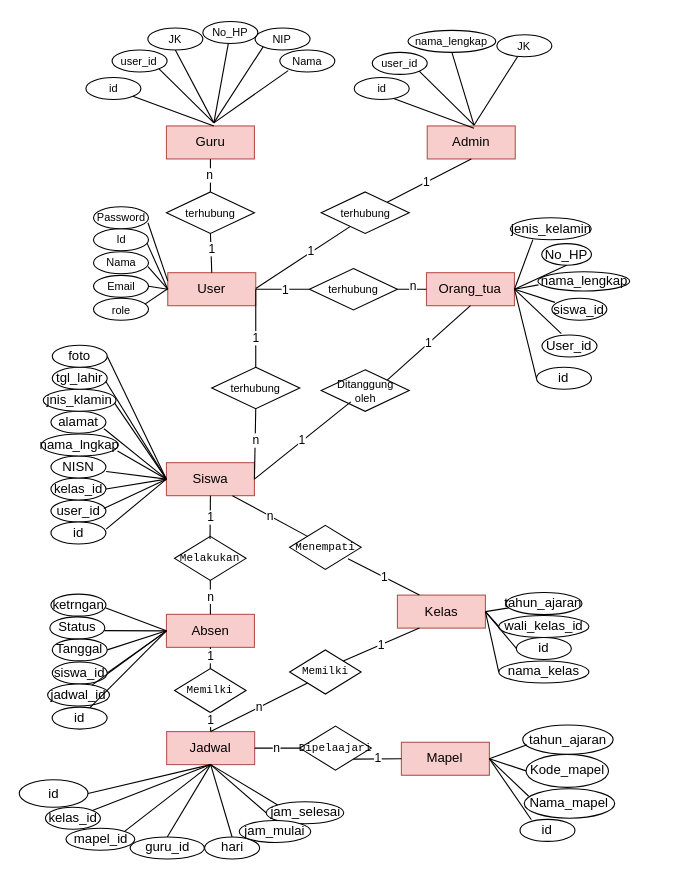
bayudani/diagram keeps this draw.io diagram as page "Halaman-4" (3 of 16) of Diagram Tanpa Judul.drawio. Above is the earlier version. Source tidied: cells renumbered, new cells numbered last; positions are measured from the earlier drawing's top-left corner, leaving out a move shared by most shapes. Both pictures are drawn from the tidied source at 110%, with x=0, y=0 at pixel (19, 21).
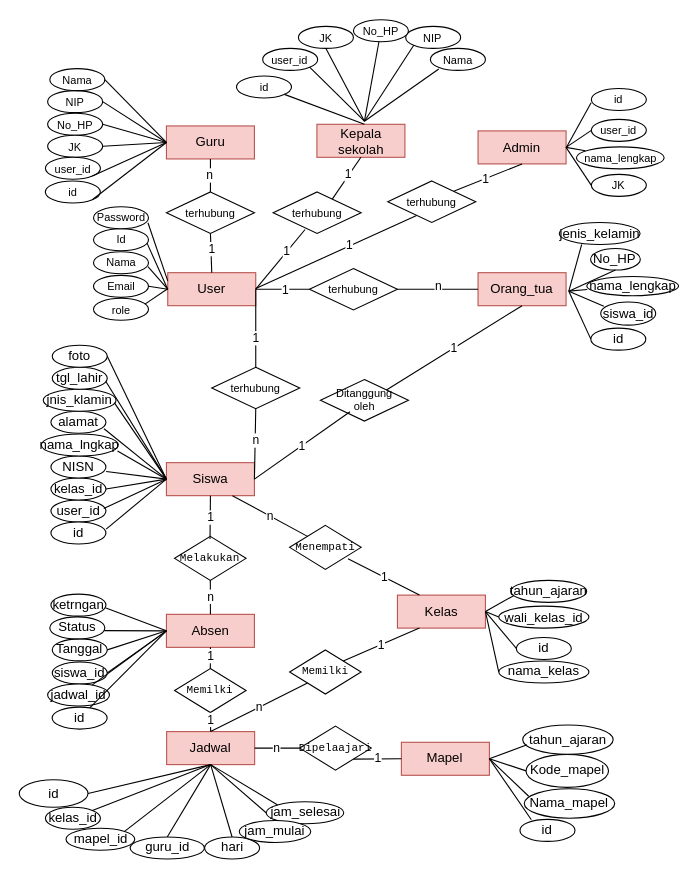
The same diagram, later.

The change refers to these unchanged cells:
```xml
<mxCell id="3" value="Guru" style="rounded=0;whiteSpace=wrap;html=1;fillColor=#f8cecc;strokeColor=#b85450;" parent="1" vertex="1">
  <mxGeometry x="133.8" y="95" width="80" height="30" as="geometry" />
</mxCell>
<mxCell id="71" value="User" style="rounded=0;whiteSpace=wrap;html=1;fillColor=#f8cecc;strokeColor=#b85450;" parent="1" vertex="1">
  <mxGeometry x="135" y="228.4" width="80" height="30" as="geometry" />
</mxCell>
```

What changed in the source:
```diff
@@
     <mxCell id="7" value="NIP" style="ellipse;whiteSpace=wrap;html=1;fontSize=10;" parent="1" vertex="1">
-      <mxGeometry x="214.4" y="6" width="50" height="20" as="geometry" />
+      <mxGeometry x="25.8" y="62.9" width="50" height="20" as="geometry" />
     </mxCell>
@@
     <mxCell id="9" value="Nama" style="ellipse;whiteSpace=wrap;html=1;fontSize=10;" parent="1" vertex="1">
-      <mxGeometry x="236.9" y="26" width="50" height="20" as="geometry" />
+      <mxGeometry x="27.8" y="42.9" width="50" height="20" as="geometry" />
     </mxCell>
@@
     <mxCell id="11" value="No_HP" style="ellipse;whiteSpace=wrap;html=1;fontSize=10;" parent="1" vertex="1">
-      <mxGeometry x="166.9" width="50" height="20" as="geometry" />
+      <mxGeometry x="25.8" y="83.5" width="50" height="20" as="geometry" />
     </mxCell>
@@
     <mxCell id="13" value="JK" style="ellipse;whiteSpace=wrap;html=1;fontSize=10;" parent="1" vertex="1">
-      <mxGeometry x="116.9" y="6" width="50" height="20" as="geometry" />
+      <mxGeometry x="25.8" y="103.5" width="50" height="20" as="geometry" />
     </mxCell>
@@
     <mxCell id="16" value="user_id" style="ellipse;whiteSpace=wrap;html=1;fontSize=10;" parent="1" vertex="1">
-      <mxGeometry x="84.4" y="26" width="50" height="20" as="geometry" />
+      <mxGeometry x="23.8" y="123.5" width="50" height="20" as="geometry" />
     </mxCell>
-    <mxCell id="17" style="endArrow=none;html=1;rounded=0;exitX=0.5;exitY=0;exitDx=0;exitDy=0;entryX=0.152;entryY=0.934;entryDx=0;entryDy=0;entryPerimeter=0;" parent="1" edge="1" target="9">
-      <mxGeometry relative="1" as="geometry">
-        <mxPoint x="176.9" y="92.2" as="sourcePoint" />
-      </mxGeometry>
+    <mxCell id="17" style="endArrow=none;html=1;rounded=0;exitX=0;exitY=0.5;exitDx=0;exitDy=0;entryX=1;entryY=0.5;entryDx=0;entryDy=0;" parent="1" edge="1" source="3" target="9">
+      <mxGeometry relative="1" as="geometry" />
     </mxCell>
-    <mxCell id="18" style="endArrow=none;html=1;rounded=0;exitX=0.5;exitY=0;exitDx=0;exitDy=0;entryX=0;entryY=1;entryDx=0;entryDy=0;" parent="1" edge="1" target="7">
-      <mxGeometry relative="1" as="geometry">
-        <mxPoint x="176.9" y="92.2" as="sourcePoint" />
-      </mxGeometry>
+    <mxCell id="18" style="endArrow=none;html=1;rounded=0;exitX=0;exitY=0.5;exitDx=0;exitDy=0;entryX=1;entryY=0.5;entryDx=0;entryDy=0;" parent="1" edge="1" source="3" target="7">
+      <mxGeometry relative="1" as="geometry" />
     </mxCell>
-    <mxCell id="19" style="endArrow=none;html=1;rounded=0;exitX=0.5;exitY=0;exitDx=0;exitDy=0;" parent="1" edge="1" target="11">
-      <mxGeometry relative="1" as="geometry">
-        <mxPoint x="176.9" y="92.2" as="sourcePoint" />
-      </mxGeometry>
-    </mxCell>
-    <mxCell id="20" style="endArrow=none;html=1;rounded=0;entryX=0.5;entryY=1;entryDx=0;entryDy=0;exitX=0.5;exitY=0;exitDx=0;exitDy=0;" parent="1" edge="1" target="13">
-      <mxGeometry relative="1" as="geometry">
-        <mxPoint x="176.9" y="92.2" as="sourcePoint" />
-      </mxGeometry>
+    <mxCell id="20" style="endArrow=none;html=1;rounded=0;exitX=0;exitY=0.5;exitDx=0;exitDy=0;entryX=1;entryY=0.5;entryDx=0;entryDy=0;" parent="1" edge="1" source="3" target="13">
+      <mxGeometry relative="1" as="geometry" />
     </mxCell>
-    <mxCell id="21" style="endArrow=none;html=1;rounded=0;entryX=1;entryY=1;entryDx=0;entryDy=0;exitX=0.5;exitY=0;exitDx=0;exitDy=0;" parent="1" edge="1" target="16">
-      <mxGeometry relative="1" as="geometry">
-        <mxPoint x="176.9" y="92.2" as="sourcePoint" />
-      </mxGeometry>
+    <mxCell id="21" style="endArrow=none;html=1;rounded=0;entryX=1;entryY=1;entryDx=0;entryDy=0;exitX=0;exitY=0.5;exitDx=0;exitDy=0;" parent="1" edge="1" source="3" target="16">
+      <mxGeometry relative="1" as="geometry" />
     </mxCell>
@@
     <mxCell id="63" value="wali_kelas_id" style="ellipse;whiteSpace=wrap;html=1;" parent="1" vertex="1">
-      <mxGeometry x="435.9" y="540" width="82" height="20" as="geometry" />
+      <mxGeometry x="435.9" y="531.5" width="82" height="20" as="geometry" />
     </mxCell>
     <mxCell id="64" value="tahun_ajaran" style="ellipse;whiteSpace=wrap;html=1;" parent="1" vertex="1">
-      <mxGeometry x="442.4" y="519.2" width="69.2" height="20" as="geometry" />
+      <mxGeometry x="446.7" y="508.1" width="69.2" height="20" as="geometry" />
     </mxCell>
@@
     <mxCell id="84" value="Ditanggung&lt;div&gt;oleh&lt;/div&gt;" style="rhombus;whiteSpace=wrap;html=1;fontSize=10;" parent="1" vertex="1">
-      <mxGeometry x="274.5" y="316.7" width="80" height="37.7" as="geometry" />
+      <mxGeometry x="273.8" y="325.6" width="80" height="37.7" as="geometry" />
     </mxCell>
@@
     <mxCell id="104" value="Orang_tua" style="rounded=0;whiteSpace=wrap;html=1;fillColor=#f8cecc;strokeColor=#b85450;" parent="1" vertex="1">
-      <mxGeometry x="370.2" y="228.4" width="80" height="30" as="geometry" />
+      <mxGeometry x="417.1" y="228.4" width="80" height="30" as="geometry" />
     </mxCell>
     <mxCell id="105" value="id" style="ellipse;whiteSpace=wrap;html=1;" parent="1" vertex="1">
-      <mxGeometry x="470.2" y="314.4" width="50" height="20" as="geometry" />
+      <mxGeometry x="519.6" y="278.8" width="50" height="20" as="geometry" />
     </mxCell>
-    <mxCell id="106" value="User_id" style="ellipse;whiteSpace=wrap;html=1;" parent="1" vertex="1">
-      <mxGeometry x="475.2" y="285" width="50" height="20" as="geometry" />
-    </mxCell>
     <mxCell id="107" value="nama_lengkap" style="ellipse;whiteSpace=wrap;html=1;" parent="1" vertex="1">
-      <mxGeometry x="471.5" y="227.5" width="83.5" height="17.5" as="geometry" />
+      <mxGeometry x="515.9" y="231.8" width="83.5" height="17.5" as="geometry" />
     </mxCell>
     <mxCell id="108" value="No_HP" style="ellipse;whiteSpace=wrap;html=1;" parent="1" vertex="1">
-      <mxGeometry x="475" y="202" width="45.2" height="19.6" as="geometry" />
+      <mxGeometry x="519.4" y="206.4" width="45.2" height="19.6" as="geometry" />
     </mxCell>
     <mxCell id="109" value="jenis_kelamin" style="ellipse;whiteSpace=wrap;html=1;" parent="1" vertex="1">
-      <mxGeometry x="446.5" y="178.5" width="73.5" height="20" as="geometry" />
+      <mxGeometry x="490.9" y="182.8" width="73.5" height="20" as="geometry" />
     </mxCell>
-    <mxCell id="110" style="endArrow=none;html=1;rounded=0;entryX=1;entryY=0.5;entryDx=0;entryDy=0;exitX=0.278;exitY=0.991;exitDx=0;exitDy=0;exitPerimeter=0;" parent="1" edge="1" source="109" target="104">
-      <mxGeometry relative="1" as="geometry" />
+    <mxCell id="110" style="endArrow=none;html=1;rounded=0;entryX=1;entryY=0.5;entryDx=0;entryDy=0;exitX=0.278;exitY=0.991;exitDx=0;exitDy=0;exitPerimeter=0;" parent="1" edge="1" source="109">
+      <mxGeometry relative="1" as="geometry">
+        <mxPoint x="499.6" y="245.2" as="targetPoint" />
+      </mxGeometry>
     </mxCell>
-    <mxCell id="111" style="endArrow=none;html=1;rounded=0;entryX=1;entryY=0.5;entryDx=0;entryDy=0;exitX=0.006;exitY=0.683;exitDx=0;exitDy=0;exitPerimeter=0;" parent="1" edge="1" source="107" target="104">
-      <mxGeometry relative="1" as="geometry" />
+    <mxCell id="111" style="endArrow=none;html=1;rounded=0;entryX=1;entryY=0.5;entryDx=0;entryDy=0;exitX=0.006;exitY=0.683;exitDx=0;exitDy=0;exitPerimeter=0;" parent="1" edge="1" source="107">
+      <mxGeometry relative="1" as="geometry">
+        <mxPoint x="499.6" y="245.2" as="targetPoint" />
+      </mxGeometry>
     </mxCell>
-    <mxCell id="112" style="endArrow=none;html=1;rounded=0;entryX=1;entryY=0.5;entryDx=0;entryDy=0;exitX=0.5;exitY=1;exitDx=0;exitDy=0;" parent="1" edge="1" source="108" target="104">
-      <mxGeometry relative="1" as="geometry" />
+    <mxCell id="112" style="endArrow=none;html=1;rounded=0;entryX=1;entryY=0.5;entryDx=0;entryDy=0;exitX=0.5;exitY=1;exitDx=0;exitDy=0;" parent="1" edge="1" source="108">
+      <mxGeometry relative="1" as="geometry">
+        <mxPoint x="499.6" y="245.2" as="targetPoint" />
+      </mxGeometry>
     </mxCell>
-    <mxCell id="113" style="endArrow=none;html=1;rounded=0;entryX=1;entryY=0.5;entryDx=0;entryDy=0;exitX=0.352;exitY=-0.062;exitDx=0;exitDy=0;exitPerimeter=0;" parent="1" edge="1" source="106" target="104">
-      <mxGeometry relative="1" as="geometry" />
-    </mxCell>
-    <mxCell id="114" style="endArrow=none;html=1;rounded=0;entryX=1;entryY=0.5;entryDx=0;entryDy=0;exitX=0;exitY=0.5;exitDx=0;exitDy=0;" parent="1" edge="1" source="105" target="104">
-      <mxGeometry relative="1" as="geometry" />
+    <mxCell id="114" style="endArrow=none;html=1;rounded=0;entryX=1;entryY=0.5;entryDx=0;entryDy=0;exitX=0;exitY=0.5;exitDx=0;exitDy=0;" parent="1" edge="1" source="105">
+      <mxGeometry relative="1" as="geometry">
+        <mxPoint x="499.6" y="245.2" as="targetPoint" />
+      </mxGeometry>
     </mxCell>
     <mxCell id="115" value="siswa_id" style="ellipse;whiteSpace=wrap;html=1;" parent="1" vertex="1">
-      <mxGeometry x="484.2" y="251.7" width="50" height="20" as="geometry" />
+      <mxGeometry x="528.6" y="255" width="50" height="21.1" as="geometry" />
     </mxCell>
-    <mxCell id="116" style="endArrow=none;html=1;rounded=0;entryX=1;entryY=0.5;entryDx=0;entryDy=0;exitX=0.057;exitY=0.185;exitDx=0;exitDy=0;exitPerimeter=0;" parent="1" edge="1" source="115" target="104">
-      <mxGeometry relative="1" as="geometry" />
+    <mxCell id="116" style="endArrow=none;html=1;rounded=0;entryX=1;entryY=0.5;entryDx=0;entryDy=0;exitX=0.057;exitY=0.185;exitDx=0;exitDy=0;exitPerimeter=0;" parent="1" edge="1" source="115">
+      <mxGeometry relative="1" as="geometry">
+        <mxPoint x="499.6" y="245.2" as="targetPoint" />
+      </mxGeometry>
     </mxCell>
@@
     <mxCell id="125" value="id" style="ellipse;whiteSpace=wrap;html=1;fontSize=10;" parent="1" vertex="1">
-      <mxGeometry x="60.6" y="51" width="50" height="20" as="geometry" />
+      <mxGeometry x="23.7" y="145" width="50" height="20" as="geometry" />
     </mxCell>
-    <mxCell id="126" style="endArrow=none;html=1;rounded=0;entryX=1;entryY=1;entryDx=0;entryDy=0;" parent="1" edge="1" target="125">
-      <mxGeometry relative="1" as="geometry">
-        <mxPoint x="176.9" y="95" as="sourcePoint" />
-      </mxGeometry>
+    <mxCell id="126" style="endArrow=none;html=1;rounded=0;entryX=1;entryY=1;entryDx=0;entryDy=0;exitX=0;exitY=0.5;exitDx=0;exitDy=0;" parent="1" edge="1" source="3" target="125">
+      <mxGeometry relative="1" as="geometry" />
     </mxCell>
@@
     <mxCell id="135" value="Admin" style="rounded=0;whiteSpace=wrap;html=1;fillColor=#f8cecc;strokeColor=#b85450;" parent="1" vertex="1">
-      <mxGeometry x="370.9" y="95" width="80" height="30" as="geometry" />
+      <mxGeometry x="417.1" y="99.5" width="80" height="30" as="geometry" />
     </mxCell>
     <mxCell id="136" value="JK" style="ellipse;whiteSpace=wrap;html=1;fontSize=10;" parent="1" vertex="1">
-      <mxGeometry x="434.2" y="12.1" width="50" height="20" as="geometry" />
+      <mxGeometry x="520.1" y="139" width="50" height="20" as="geometry" />
     </mxCell>
     <mxCell id="137" value="nama_lengkap" style="ellipse;whiteSpace=wrap;html=1;fontSize=10;" parent="1" vertex="1">
-      <mxGeometry x="353.4" y="8.1" width="79.8" height="20" as="geometry" />
+      <mxGeometry x="506.5" y="114" width="79.8" height="20" as="geometry" />
     </mxCell>
     <mxCell id="138" value="user_id" style="ellipse;whiteSpace=wrap;html=1;fontSize=10;" parent="1" vertex="1">
-      <mxGeometry x="320.9" y="28.1" width="50" height="20" as="geometry" />
+      <mxGeometry x="520.1" y="89" width="50" height="20" as="geometry" />
     </mxCell>
-    <mxCell id="139" style="endArrow=none;html=1;rounded=0;exitX=0.5;exitY=0;exitDx=0;exitDy=0;" parent="1" edge="1" target="136">
-      <mxGeometry relative="1" as="geometry">
-        <mxPoint x="413.4" y="94.3" as="sourcePoint" />
-      </mxGeometry>
+    <mxCell id="139" style="endArrow=none;html=1;rounded=0;exitX=1;exitY=0.5;exitDx=0;exitDy=0;entryX=0;entryY=0.5;entryDx=0;entryDy=0;" parent="1" edge="1" source="135" target="136">
+      <mxGeometry relative="1" as="geometry" />
     </mxCell>
-    <mxCell id="140" style="endArrow=none;html=1;rounded=0;entryX=0.5;entryY=1;entryDx=0;entryDy=0;exitX=0.5;exitY=0;exitDx=0;exitDy=0;" parent="1" edge="1" target="137">
-      <mxGeometry relative="1" as="geometry">
-        <mxPoint x="413.4" y="94.3" as="sourcePoint" />
-      </mxGeometry>
+    <mxCell id="140" style="endArrow=none;html=1;rounded=0;entryX=0.103;entryY=0.178;entryDx=0;entryDy=0;exitX=1;exitY=0.5;exitDx=0;exitDy=0;entryPerimeter=0;" parent="1" edge="1" source="135" target="137">
+      <mxGeometry relative="1" as="geometry" />
     </mxCell>
-    <mxCell id="141" style="endArrow=none;html=1;rounded=0;entryX=1;entryY=1;entryDx=0;entryDy=0;exitX=0.5;exitY=0;exitDx=0;exitDy=0;" parent="1" edge="1" target="138">
-      <mxGeometry relative="1" as="geometry">
-        <mxPoint x="413.4" y="94.3" as="sourcePoint" />
-      </mxGeometry>
-    </mxCell>
     <mxCell id="142" value="id" style="ellipse;whiteSpace=wrap;html=1;fontSize=10;" parent="1" vertex="1">
-      <mxGeometry x="304.5" y="51" width="50" height="20" as="geometry" />
+      <mxGeometry x="520.1" y="61" width="50" height="20" as="geometry" />
     </mxCell>
-    <mxCell id="143" style="endArrow=none;html=1;rounded=0;entryX=1;entryY=1;entryDx=0;entryDy=0;" parent="1" edge="1">
-      <mxGeometry relative="1" as="geometry">
-        <mxPoint x="413.4" y="97.1" as="sourcePoint" />
-        <mxPoint x="340.3" y="70" as="targetPoint" />
-      </mxGeometry>
+    <mxCell id="143" style="endArrow=none;html=1;rounded=0;entryX=0;entryY=0.5;entryDx=0;entryDy=0;exitX=1;exitY=0.5;exitDx=0;exitDy=0;" parent="1" edge="1" source="135" target="138">
+      <mxGeometry relative="1" as="geometry" />
     </mxCell>
     <mxCell id="144" value="terhubung" style="rhombus;whiteSpace=wrap;html=1;fontSize=10;" parent="1" vertex="1">
-      <mxGeometry x="274.5" y="155" width="80" height="37.7" as="geometry" />
+      <mxGeometry x="335" y="145" width="80" height="37.7" as="geometry" />
     </mxCell>
@@
+    <mxCell id="154" value="Kepala sekolah" style="rounded=0;whiteSpace=wrap;html=1;fillColor=#f8cecc;strokeColor=#b85450;" parent="1" vertex="1">
+      <mxGeometry x="270.6" y="93.5" width="80" height="30" as="geometry" />
+    </mxCell>
+    <mxCell id="155" value="NIP" style="ellipse;whiteSpace=wrap;html=1;fontSize=10;" parent="1" vertex="1">
+      <mxGeometry x="351.3" y="4.5" width="50" height="20" as="geometry" />
+    </mxCell>
+    <mxCell id="156" value="Nama" style="ellipse;whiteSpace=wrap;html=1;fontSize=10;" parent="1" vertex="1">
+      <mxGeometry x="373.8" y="24.5" width="50" height="20" as="geometry" />
+    </mxCell>
+    <mxCell id="157" value="No_HP" style="ellipse;whiteSpace=wrap;html=1;fontSize=10;" parent="1" vertex="1">
+      <mxGeometry x="303.8" y="-1.5" width="50" height="20" as="geometry" />
+    </mxCell>
+    <mxCell id="158" value="JK" style="ellipse;whiteSpace=wrap;html=1;fontSize=10;" parent="1" vertex="1">
+      <mxGeometry x="253.8" y="4.5" width="50" height="20" as="geometry" />
+    </mxCell>
+    <mxCell id="159" value="user_id" style="ellipse;whiteSpace=wrap;html=1;fontSize=10;" parent="1" vertex="1">
+      <mxGeometry x="221.3" y="24.5" width="50" height="20" as="geometry" />
+    </mxCell>
+    <mxCell id="160" style="endArrow=none;html=1;rounded=0;exitX=0.5;exitY=0;exitDx=0;exitDy=0;entryX=0.152;entryY=0.934;entryDx=0;entryDy=0;entryPerimeter=0;" parent="1" edge="1" target="156">
+      <mxGeometry relative="1" as="geometry">
+        <mxPoint x="313.8" y="90.7" as="sourcePoint" />
+      </mxGeometry>
+    </mxCell>
+    <mxCell id="161" style="endArrow=none;html=1;rounded=0;exitX=0.5;exitY=0;exitDx=0;exitDy=0;entryX=0;entryY=1;entryDx=0;entryDy=0;" parent="1" edge="1" target="155">
+      <mxGeometry relative="1" as="geometry">
+        <mxPoint x="313.8" y="90.7" as="sourcePoint" />
+      </mxGeometry>
+    </mxCell>
+    <mxCell id="162" style="endArrow=none;html=1;rounded=0;exitX=0.5;exitY=0;exitDx=0;exitDy=0;" parent="1" edge="1" target="157">
+      <mxGeometry relative="1" as="geometry">
+        <mxPoint x="313.8" y="90.7" as="sourcePoint" />
+      </mxGeometry>
+    </mxCell>
+    <mxCell id="163" style="endArrow=none;html=1;rounded=0;entryX=0.5;entryY=1;entryDx=0;entryDy=0;exitX=0.5;exitY=0;exitDx=0;exitDy=0;" parent="1" edge="1" target="158">
+      <mxGeometry relative="1" as="geometry">
+        <mxPoint x="313.8" y="90.7" as="sourcePoint" />
+      </mxGeometry>
+    </mxCell>
+    <mxCell id="164" style="endArrow=none;html=1;rounded=0;entryX=1;entryY=1;entryDx=0;entryDy=0;exitX=0.5;exitY=0;exitDx=0;exitDy=0;" parent="1" edge="1" target="159">
+      <mxGeometry relative="1" as="geometry">
+        <mxPoint x="313.8" y="90.7" as="sourcePoint" />
+      </mxGeometry>
+    </mxCell>
+    <mxCell id="165" value="id" style="ellipse;whiteSpace=wrap;html=1;fontSize=10;" parent="1" vertex="1">
+      <mxGeometry x="197.5" y="49.6" width="50" height="20" as="geometry" />
+    </mxCell>
+    <mxCell id="166" style="endArrow=none;html=1;rounded=0;entryX=1;entryY=1;entryDx=0;entryDy=0;" parent="1" edge="1" target="165">
+      <mxGeometry relative="1" as="geometry">
+        <mxPoint x="313.8" y="93.5" as="sourcePoint" />
+      </mxGeometry>
+    </mxCell>
+    <mxCell id="167" style="endArrow=none;html=1;rounded=0;exitX=0;exitY=0.5;exitDx=0;exitDy=0;entryX=1;entryY=0.5;entryDx=0;entryDy=0;" parent="1" edge="1" source="3" target="11">
+      <mxGeometry relative="1" as="geometry" />
+    </mxCell>
+    <mxCell id="168" style="endArrow=none;html=1;rounded=0;entryX=0.5;entryY=1;entryDx=0;entryDy=0;exitX=0.67;exitY=0.179;exitDx=0;exitDy=0;exitPerimeter=0;" parent="1" edge="1" source="173" target="154">
+      <mxGeometry relative="1" as="geometry" />
+    </mxCell>
+    <mxCell id="169" value="1" style="edgeLabel;html=1;align=center;verticalAlign=middle;" parent="168" vertex="1">
+      <mxGeometry x="0.17" y="2" relative="1" as="geometry" />
+    </mxCell>
+    <mxCell id="170" style="endArrow=none;html=1;rounded=0;entryX=-0.004;entryY=0.645;entryDx=0;entryDy=0;entryPerimeter=0;" parent="1" edge="1" target="142">
+      <mxGeometry relative="1" as="geometry">
+        <mxPoint x="497.1" y="115" as="sourcePoint" />
+      </mxGeometry>
+    </mxCell>
+    <mxCell id="171" style="endArrow=none;html=1;rounded=0;entryX=0.363;entryY=0.905;entryDx=0;entryDy=0;exitX=1;exitY=0.5;exitDx=0;exitDy=0;entryPerimeter=0;" parent="1" edge="1" source="71" target="173">
+      <mxGeometry relative="1" as="geometry" />
+    </mxCell>
+    <mxCell id="172" value="1" style="edgeLabel;html=1;align=center;verticalAlign=middle;" parent="171" vertex="1">
+      <mxGeometry x="0.24" y="2" relative="1" as="geometry">
+        <mxPoint x="1" as="offset" />
+      </mxGeometry>
+    </mxCell>
+    <mxCell id="173" value="terhubung" style="rhombus;whiteSpace=wrap;html=1;fontSize=10;" parent="1" vertex="1">
+      <mxGeometry x="230.8" y="155" width="80" height="37.7" as="geometry" />
+    </mxCell>
```
